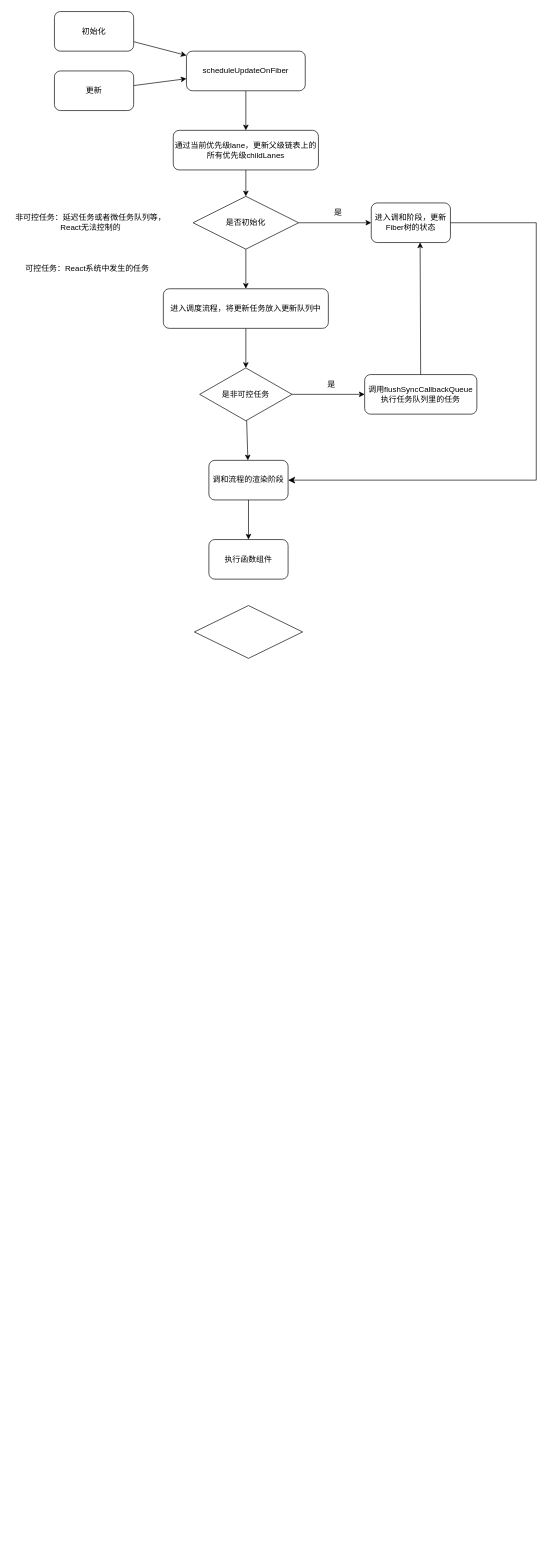
The draw.io diagram React/整个的更新流程.drawio in YoungMandy/Web-Front, before the edit. Source tidied: cells renumbered, new cells numbered last; positions are measured from the earlier drawing's top-left corner, leaving out a move shared by most shapes. Both pictures are drawn from the tidied source at 66%, with x=0, y=0 at pixel (11, 11).
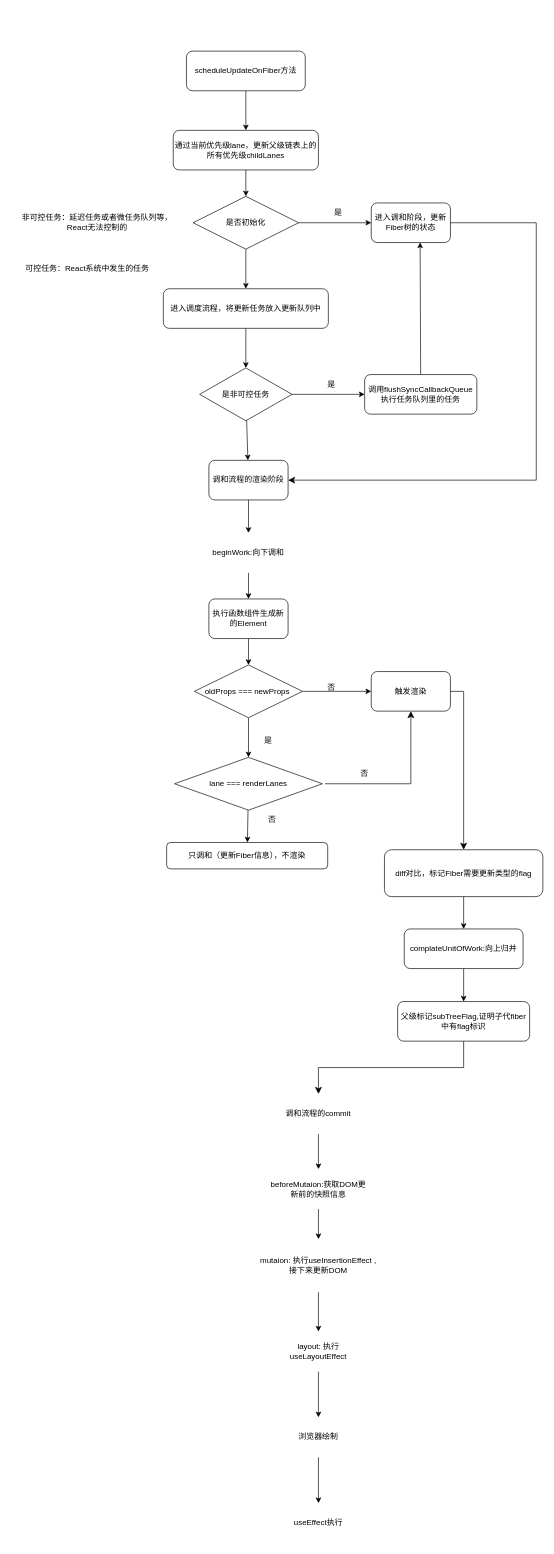
The same page after the edit.

Commit message (it also covers changes not shown here):
docs: 更新流程图

Unchanged cells that the change refers to:
```xml
<mxCell id="26" value="调和流程的渲染阶段" style="rounded=1;whiteSpace=wrap;html=1;" parent="1" vertex="1">
  <mxGeometry x="299" y="680" width="120" height="60" as="geometry" />
</mxCell>
```

What changed in the source:
```diff
@@
-    <mxCell id="4" style="edgeStyle=none;html=1;" parent="1" edge="1" source="5" target="9">
-      <mxGeometry relative="1" as="geometry" />
-    </mxCell>
-    <mxCell id="5" value="初始化" style="rounded=1;whiteSpace=wrap;html=1;" parent="1" vertex="1">
-      <mxGeometry x="65" width="120" height="60" as="geometry" />
-    </mxCell>
-    <mxCell id="6" style="edgeStyle=none;html=1;" parent="1" edge="1" source="7" target="9">
-      <mxGeometry relative="1" as="geometry" />
-    </mxCell>
-    <mxCell id="7" value="更新" style="rounded=1;whiteSpace=wrap;html=1;" parent="1" vertex="1">
-      <mxGeometry x="65" y="90" width="120" height="60" as="geometry" />
-    </mxCell>
@@
-    <mxCell id="9" value="scheduleUpdateOnFiber" style="rounded=1;whiteSpace=wrap;html=1;" parent="1" vertex="1">
+    <mxCell id="9" value="scheduleUpdateOnFiber方法" style="rounded=1;whiteSpace=wrap;html=1;" parent="1" vertex="1">
       <mxGeometry x="265" y="60" width="180" height="60" as="geometry" />
     </mxCell>
@@
     <mxCell id="22" value="非可控任务：延迟任务或者微任务队列等，React无法控制的" style="text;html=1;strokeColor=none;fillColor=none;align=center;verticalAlign=middle;whiteSpace=wrap;rounded=0;" parent="1" vertex="1">
-      <mxGeometry x="5" y="290" width="230" height="60" as="geometry" />
+      <mxGeometry x="15" y="290" width="230" height="60" as="geometry" />
     </mxCell>
@@
-    <mxCell id="25" style="edgeStyle=none;html=1;" parent="1" edge="1" source="26" target="28">
-      <mxGeometry relative="1" as="geometry" />
-    </mxCell>
+    <mxCell id="30" style="edgeStyle=none;html=1;" parent="1" edge="1" source="26" target="50">
+      <mxGeometry relative="1" as="geometry" />
+    </mxCell>
@@
+    <mxCell id="31" style="edgeStyle=none;html=1;" parent="1" edge="1" source="28" target="29">
+      <mxGeometry relative="1" as="geometry" />
+    </mxCell>
-    <mxCell id="28" value="执行函数组件" style="rounded=1;whiteSpace=wrap;html=1;" parent="1" vertex="1">
-      <mxGeometry x="299" y="800" width="120" height="60" as="geometry" />
+    <mxCell id="28" value="执行函数组件生成新的Element" style="rounded=1;whiteSpace=wrap;html=1;" parent="1" vertex="1">
+      <mxGeometry x="299" y="890" width="120" height="60" as="geometry" />
     </mxCell>
+    <mxCell id="32" style="edgeStyle=none;html=1;" parent="1" edge="1" source="29" target="36">
+      <mxGeometry relative="1" as="geometry" />
+    </mxCell>
+    <mxCell id="33" style="edgeStyle=none;html=1;exitX=1;exitY=0.5;exitDx=0;exitDy=0;" parent="1" edge="1" source="29" target="34">
+      <mxGeometry relative="1" as="geometry" />
+    </mxCell>
-    <mxCell id="29" style="rhombus;whiteSpace=wrap;html=1;" parent="1" vertex="1">
-      <mxGeometry x="277" y="900" width="164" height="80" as="geometry" />
+    <mxCell id="29" value="oldProps === newProps&amp;nbsp;" style="rhombus;whiteSpace=wrap;html=1;" parent="1" vertex="1">
+      <mxGeometry x="277" y="990" width="164" height="80" as="geometry" />
     </mxCell>
+    <mxCell id="34" value="触发渲染" style="rounded=1;whiteSpace=wrap;html=1;" parent="1" vertex="1">
+      <mxGeometry x="545" y="1000" width="120" height="60" as="geometry" />
+    </mxCell>
+    <mxCell id="35" style="edgeStyle=none;html=1;" parent="1" edge="1" source="36" target="39">
+      <mxGeometry relative="1" as="geometry" />
+    </mxCell>
+    <mxCell id="36" value="lane === renderLanes" style="rhombus;whiteSpace=wrap;html=1;" parent="1" vertex="1">
+      <mxGeometry x="247" y="1130" width="224" height="80" as="geometry" />
+    </mxCell>
+    <mxCell id="37" value="否" style="text;html=1;strokeColor=none;fillColor=none;align=center;verticalAlign=middle;whiteSpace=wrap;rounded=0;" parent="1" vertex="1">
+      <mxGeometry x="455" y="1010" width="60" height="30" as="geometry" />
+    </mxCell>
+    <mxCell id="38" value="是" style="text;html=1;strokeColor=none;fillColor=none;align=center;verticalAlign=middle;whiteSpace=wrap;rounded=0;" parent="1" vertex="1">
+      <mxGeometry x="359" y="1090" width="60" height="30" as="geometry" />
+    </mxCell>
+    <mxCell id="39" value="只调和（更新Fiber信息），不渲染" style="rounded=1;whiteSpace=wrap;html=1;" parent="1" vertex="1">
+      <mxGeometry x="235" y="1259" width="244" height="40" as="geometry" />
+    </mxCell>
+    <mxCell id="40" value="否" style="text;html=1;strokeColor=none;fillColor=none;align=center;verticalAlign=middle;whiteSpace=wrap;rounded=0;" parent="1" vertex="1">
+      <mxGeometry x="365" y="1210" width="60" height="30" as="geometry" />
+    </mxCell>
+    <mxCell id="41" style="edgeStyle=elbowEdgeStyle;elbow=vertical;endArrow=classic;html=1;curved=0;rounded=0;endSize=8;startSize=8;entryX=0.5;entryY=1;entryDx=0;entryDy=0;" parent="1" edge="1" target="34">
+      <mxGeometry relative="1" as="geometry">
+        <mxPoint x="475" y="1170" as="sourcePoint" />
+        <Array as="points">
+          <mxPoint x="535" y="1170" />
+        </Array>
+      </mxGeometry>
+    </mxCell>
+    <mxCell id="42" value="否" style="text;html=1;strokeColor=none;fillColor=none;align=center;verticalAlign=middle;whiteSpace=wrap;rounded=0;" parent="1" vertex="1">
+      <mxGeometry x="505" y="1140" width="60" height="30" as="geometry" />
+    </mxCell>
+    <mxCell id="43" style="edgeStyle=none;html=1;" parent="1" edge="1" source="44" target="47">
+      <mxGeometry relative="1" as="geometry" />
+    </mxCell>
+    <mxCell id="44" value="diff对比，标记Fiber需要更新类型的flag" style="rounded=1;whiteSpace=wrap;html=1;" parent="1" vertex="1">
+      <mxGeometry x="565" y="1270" width="240" height="71" as="geometry" />
+    </mxCell>
+    <mxCell id="45" style="edgeStyle=elbowEdgeStyle;elbow=horizontal;endArrow=classic;html=1;curved=0;rounded=0;endSize=8;startSize=8;entryX=0.5;entryY=0;entryDx=0;entryDy=0;" parent="1" edge="1" target="44">
+      <mxGeometry relative="1" as="geometry">
+        <mxPoint x="665" y="1030" as="sourcePoint" />
+        <Array as="points">
+          <mxPoint x="685" y="1090" />
+        </Array>
+      </mxGeometry>
+    </mxCell>
+    <mxCell id="46" style="edgeStyle=none;html=1;" parent="1" edge="1" source="47" target="48">
+      <mxGeometry relative="1" as="geometry" />
+    </mxCell>
+    <mxCell id="47" value="complateUnitOfWork:向上归并" style="rounded=1;whiteSpace=wrap;html=1;" parent="1" vertex="1">
+      <mxGeometry x="595" y="1390" width="180" height="60" as="geometry" />
+    </mxCell>
+    <mxCell id="48" value="父级标记subTreeFlag,证明子代fiber中有flag标识" style="rounded=1;whiteSpace=wrap;html=1;" parent="1" vertex="1">
+      <mxGeometry x="585" y="1500" width="200" height="60" as="geometry" />
+    </mxCell>
+    <mxCell id="49" style="edgeStyle=none;html=1;" parent="1" edge="1" source="50" target="28">
+      <mxGeometry relative="1" as="geometry" />
+    </mxCell>
+    <mxCell id="50" value="beginWork:向下调和" style="rounded=1;whiteSpace=wrap;html=1;strokeColor=#ffffff;fillStyle=auto;" parent="1" vertex="1">
+      <mxGeometry x="299" y="790" width="120" height="60" as="geometry" />
+    </mxCell>
+    <mxCell id="51" style="edgeStyle=none;html=1;" parent="1" edge="1" source="52" target="54">
+      <mxGeometry relative="1" as="geometry" />
+    </mxCell>
+    <mxCell id="52" value="调和流程的commit" style="rounded=1;whiteSpace=wrap;html=1;fillStyle=auto;strokeColor=#ffffff;" parent="1" vertex="1">
+      <mxGeometry x="405" y="1640" width="120" height="60" as="geometry" />
+    </mxCell>
+    <mxCell id="53" style="edgeStyle=none;html=1;" parent="1" edge="1" source="54" target="56">
+      <mxGeometry relative="1" as="geometry" />
+    </mxCell>
+    <mxCell id="54" value="beforeMutaion:获取DOM更新前的快照信息" style="rounded=1;whiteSpace=wrap;html=1;fillStyle=auto;strokeColor=#ffffff;" parent="1" vertex="1">
+      <mxGeometry x="390" y="1754" width="150" height="60" as="geometry" />
+    </mxCell>
+    <mxCell id="55" style="edgeStyle=none;html=1;" parent="1" edge="1" source="56" target="58">
+      <mxGeometry relative="1" as="geometry" />
+    </mxCell>
+    <mxCell id="56" value="mutaion: 执行useInsertionEffect , 接下来更新DOM" style="rounded=1;whiteSpace=wrap;html=1;fillStyle=auto;strokeColor=#ffffff;" parent="1" vertex="1">
+      <mxGeometry x="370" y="1860" width="190" height="80" as="geometry" />
+    </mxCell>
+    <mxCell id="57" style="edgeStyle=none;html=1;" parent="1" edge="1" source="58" target="60">
+      <mxGeometry relative="1" as="geometry" />
+    </mxCell>
+    <mxCell id="58" value="layout: 执行useLayoutEffect" style="rounded=1;whiteSpace=wrap;html=1;fillStyle=auto;strokeColor=#ffffff;" parent="1" vertex="1">
+      <mxGeometry x="405" y="2000" width="120" height="60" as="geometry" />
+    </mxCell>
+    <mxCell id="59" style="edgeStyle=none;html=1;" parent="1" edge="1" source="60" target="61">
+      <mxGeometry relative="1" as="geometry" />
+    </mxCell>
+    <mxCell id="60" value="浏览器绘制" style="rounded=1;whiteSpace=wrap;html=1;fillStyle=auto;strokeColor=#ffffff;" parent="1" vertex="1">
+      <mxGeometry x="405" y="2130" width="120" height="60" as="geometry" />
+    </mxCell>
+    <mxCell id="61" value="useEffect执行" style="rounded=1;whiteSpace=wrap;html=1;fillStyle=auto;strokeColor=#ffffff;" parent="1" vertex="1">
+      <mxGeometry x="405" y="2260" width="120" height="60" as="geometry" />
+    </mxCell>
+    <mxCell id="62" style="edgeStyle=elbowEdgeStyle;elbow=vertical;endArrow=classic;html=1;curved=0;rounded=0;endSize=8;startSize=8;entryX=0.5;entryY=0;entryDx=0;entryDy=0;exitX=0.5;exitY=1;exitDx=0;exitDy=0;" parent="1" edge="1" source="48" target="52">
+      <mxGeometry relative="1" as="geometry" />
+    </mxCell>
```
